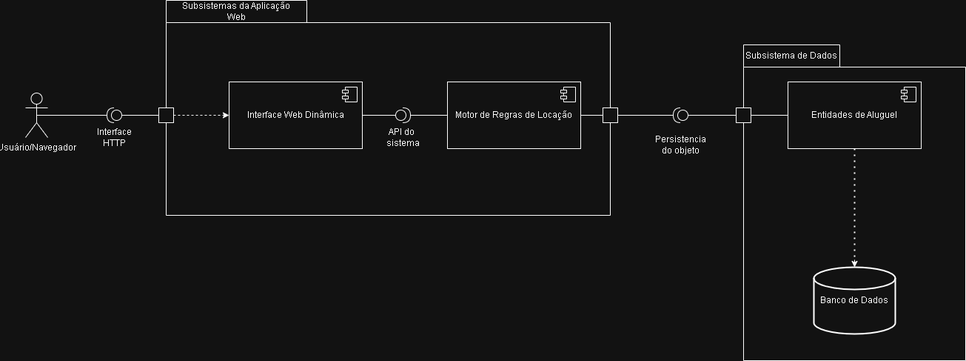
This is Documentos/Imagens/diagrama-de-componentes.png from Mateus7799/Lab-02-Sistema-de-Aluguel-de-Carros, a draw.io export, as it was before one commit. Source tidied: cells renumbered, new cells last; positions are measured from the earlier drawing's top-left corner, leaving out a move shared by most shapes. The source it was exported from:
```xml
<mxGraphModel>
  <root>
    <mxCell id="0" />
    <mxCell id="1" parent="0" />
    <mxCell id="2" style="shape=folder;fontStyle=1;spacingTop=10;tabWidth=190;tabHeight=30;tabPosition=left;html=1;whiteSpace=wrap;" parent="1" vertex="1">
      <mxGeometry x="190" width="600" height="290" as="geometry" />
    </mxCell>
    <mxCell id="3" style="shape=providedRequiredInterface;html=1;verticalLabelPosition=bottom;sketch=0;rotation=-180;" parent="1" vertex="1">
      <mxGeometry x="875" y="145" width="20" height="20" as="geometry" />
    </mxCell>
    <mxCell id="4" style="shape=folder;fontStyle=1;spacingTop=10;tabWidth=130;tabHeight=30;tabPosition=left;html=1;whiteSpace=wrap;" parent="1" vertex="1">
      <mxGeometry x="970" y="60" width="300" height="426" as="geometry" />
    </mxCell>
    <mxCell id="5" value="Interface Web Dinâmica" style="html=1;whiteSpace=wrap;" parent="1" vertex="1">
      <mxGeometry x="275" y="110" width="180" height="90" as="geometry" />
    </mxCell>
    <mxCell id="6" style="shape=module;jettyWidth=8;jettyHeight=4;" parent="5" vertex="1">
      <mxGeometry x="1" width="20" height="20" relative="1" as="geometry">
        <mxPoint x="-27" y="7" as="offset" />
      </mxGeometry>
    </mxCell>
    <mxCell id="7" value="Usuário/Navegador" style="shape=umlActor;verticalLabelPosition=bottom;verticalAlign=top;html=1;" parent="1" vertex="1">
      <mxGeometry y="125" width="30" height="60" as="geometry" />
    </mxCell>
    <mxCell id="8" value="Motor de Regras de Locação" style="html=1;whiteSpace=wrap;" parent="1" vertex="1">
      <mxGeometry x="570" y="110" width="180" height="90" as="geometry" />
    </mxCell>
    <mxCell id="9" style="shape=module;jettyWidth=8;jettyHeight=4;" parent="8" vertex="1">
      <mxGeometry x="1" width="20" height="20" relative="1" as="geometry">
        <mxPoint x="-27" y="7" as="offset" />
      </mxGeometry>
    </mxCell>
    <mxCell id="10" value="Banco de Dados" style="strokeWidth=2;html=1;shape=mxgraph.flowchart.database;whiteSpace=wrap;" parent="1" vertex="1">
      <mxGeometry x="1065" y="360" width="110" height="90" as="geometry" />
    </mxCell>
    <mxCell id="11" style="shape=providedRequiredInterface;html=1;verticalLabelPosition=bottom;sketch=0;rotation=-180;" parent="1" vertex="1">
      <mxGeometry x="110" y="145" width="20" height="20" as="geometry" />
    </mxCell>
    <mxCell id="12" style="shape=providedRequiredInterface;html=1;verticalLabelPosition=bottom;sketch=0;" parent="1" vertex="1">
      <mxGeometry x="500" y="145" width="20" height="20" as="geometry" />
    </mxCell>
    <mxCell id="13" style="endArrow=none;html=1;rounded=0;exitX=1;exitY=0.5;exitDx=0;exitDy=0;entryX=0;entryY=0.5;entryDx=0;entryDy=0;entryPerimeter=0;" parent="1" edge="1" source="5" target="12">
      <mxGeometry relative="1" as="geometry" />
    </mxCell>
    <mxCell id="14" style="endArrow=none;html=1;rounded=0;exitX=1;exitY=0.5;exitDx=0;exitDy=0;exitPerimeter=0;entryX=0;entryY=0.5;entryDx=0;entryDy=0;" parent="1" edge="1" source="12" target="8">
      <mxGeometry relative="1" as="geometry" />
    </mxCell>
    <mxCell id="15" value="API do&amp;nbsp;&lt;div&gt;sistema&lt;/div&gt;" style="text;html=1;whiteSpace=wrap;strokeColor=none;fillColor=none;align=center;verticalAlign=middle;rounded=0;" parent="1" vertex="1">
      <mxGeometry x="480" y="170" width="60" height="30" as="geometry" />
    </mxCell>
    <mxCell id="16" value="Entidades de Aluguel" style="html=1;whiteSpace=wrap;" parent="1" vertex="1">
      <mxGeometry x="1030" y="110" width="180" height="90" as="geometry" />
    </mxCell>
    <mxCell id="17" style="shape=module;jettyWidth=8;jettyHeight=4;" parent="16" vertex="1">
      <mxGeometry x="1" width="20" height="20" relative="1" as="geometry">
        <mxPoint x="-27" y="7" as="offset" />
      </mxGeometry>
    </mxCell>
    <mxCell id="18" style="endArrow=none;dashed=1;html=1;dashPattern=1 3;strokeWidth=2;rounded=0;exitX=0.5;exitY=1;exitDx=0;exitDy=0;" parent="1" edge="1" source="16">
      <mxGeometry relative="1" as="geometry">
        <mxPoint x="1120" y="350" as="targetPoint" />
      </mxGeometry>
    </mxCell>
    <mxCell id="19" style="endArrow=classic;html=1;rounded=0;entryX=0.5;entryY=0;entryDx=0;entryDy=0;entryPerimeter=0;" parent="1" edge="1" target="10">
      <mxGeometry relative="1" as="geometry">
        <mxPoint x="1120" y="350" as="sourcePoint" />
      </mxGeometry>
    </mxCell>
    <mxCell id="20" style="endArrow=none;html=1;rounded=0;exitX=1;exitY=0.5;exitDx=0;exitDy=0;exitPerimeter=0;entryX=0.5;entryY=0.5;entryDx=0;entryDy=0;entryPerimeter=0;" parent="1" edge="1" source="11" target="7">
      <mxGeometry relative="1" as="geometry" />
    </mxCell>
    <mxCell id="21" value="Interface&lt;div&gt;HTTP&lt;/div&gt;" style="text;html=1;whiteSpace=wrap;strokeColor=none;fillColor=none;align=center;verticalAlign=middle;rounded=0;" parent="1" vertex="1">
      <mxGeometry x="90" y="170" width="60" height="30" as="geometry" />
    </mxCell>
    <mxCell id="22" value="Persistencia do objeto" style="text;html=1;whiteSpace=wrap;strokeColor=none;fillColor=none;align=center;verticalAlign=middle;rounded=0;" parent="1" vertex="1">
      <mxGeometry x="855" y="180" width="60" height="30" as="geometry" />
    </mxCell>
    <mxCell id="23" value="Subsistemas da Aplicação Web" style="text;html=1;whiteSpace=wrap;strokeColor=none;fillColor=none;align=center;verticalAlign=middle;rounded=0;" parent="1" vertex="1">
      <mxGeometry x="200" width="170" height="30" as="geometry" />
    </mxCell>
    <mxCell id="24" value="Subsistema de Dados" style="text;html=1;whiteSpace=wrap;strokeColor=none;fillColor=none;align=center;verticalAlign=middle;rounded=0;" parent="1" vertex="1">
      <mxGeometry x="970" y="60" width="130" height="30" as="geometry" />
    </mxCell>
    <mxCell id="25" style="endArrow=none;html=1;rounded=0;exitX=1;exitY=0.5;exitDx=0;exitDy=0;entryX=0;entryY=0.5;entryDx=0;entryDy=0;" parent="1" edge="1" source="8" target="30">
      <mxGeometry relative="1" as="geometry" />
    </mxCell>
    <mxCell id="26" style="endArrow=none;html=1;rounded=0;exitX=1;exitY=0.5;exitDx=0;exitDy=0;entryX=1;entryY=0.5;entryDx=0;entryDy=0;entryPerimeter=0;" parent="1" edge="1" source="30" target="3">
      <mxGeometry relative="1" as="geometry" />
    </mxCell>
    <mxCell id="27" style="html=1;rounded=0;" parent="1" vertex="1">
      <mxGeometry x="960" y="145" width="20" height="20" as="geometry" />
    </mxCell>
    <mxCell id="28" style="endArrow=none;html=1;rounded=0;entryX=0;entryY=0.5;entryDx=0;entryDy=0;exitX=0;exitY=0.5;exitDx=0;exitDy=0;exitPerimeter=0;" parent="1" edge="1" source="3" target="27">
      <mxGeometry relative="1" as="geometry" />
    </mxCell>
    <mxCell id="29" style="endArrow=none;html=1;rounded=0;entryX=1;entryY=0.5;entryDx=0;entryDy=0;exitX=0;exitY=0.5;exitDx=0;exitDy=0;" parent="1" edge="1" source="16" target="27">
      <mxGeometry relative="1" as="geometry" />
    </mxCell>
    <mxCell id="30" style="html=1;rounded=0;" parent="1" vertex="1">
      <mxGeometry x="780" y="145" width="20" height="20" as="geometry" />
    </mxCell>
    <mxCell id="31" style="html=1;rounded=0;" parent="1" vertex="1">
      <mxGeometry x="180" y="145" width="20" height="20" as="geometry" />
    </mxCell>
    <mxCell id="32" style="endArrow=none;html=1;rounded=0;exitX=0;exitY=0.5;exitDx=0;exitDy=0;exitPerimeter=0;entryX=0;entryY=0.5;entryDx=0;entryDy=0;" parent="1" edge="1" source="11" target="31">
      <mxGeometry relative="1" as="geometry" />
    </mxCell>
    <mxCell id="33" style="endArrow=none;dashed=1;html=1;rounded=0;exitX=1;exitY=0.5;exitDx=0;exitDy=0;" parent="1" edge="1" source="31">
      <mxGeometry relative="1" as="geometry">
        <mxPoint x="270" y="155" as="targetPoint" />
      </mxGeometry>
    </mxCell>
    <mxCell id="34" style="endArrow=classic;html=1;rounded=0;entryX=0;entryY=0.5;entryDx=0;entryDy=0;" parent="1" edge="1" target="5">
      <mxGeometry relative="1" as="geometry">
        <mxPoint x="270" y="155" as="sourcePoint" />
      </mxGeometry>
    </mxCell>
  </root>
</mxGraphModel>
```
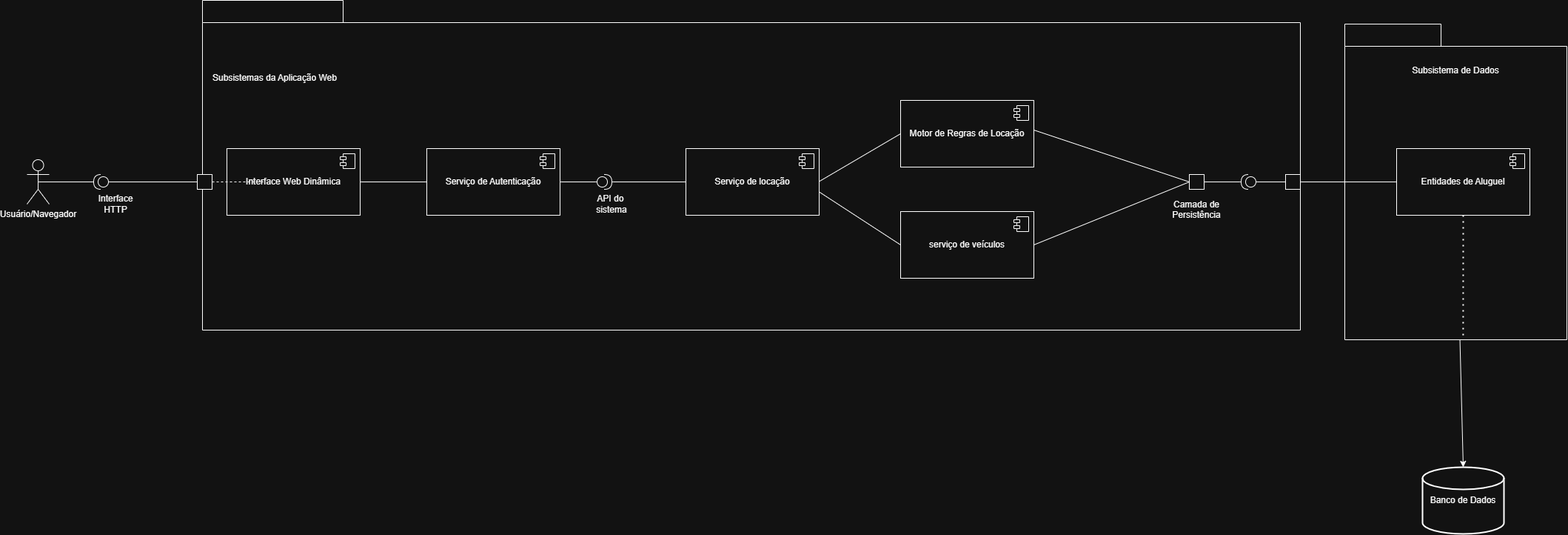
The same diagram one commit later.

Commit message:
Atualizando diagrama de componentes

Diff of the diagram source:
```diff
@@ -3,16 +3,16 @@
     <mxCell id="0" />
     <mxCell id="1" parent="0" />
     <mxCell id="2" style="shape=folder;fontStyle=1;spacingTop=10;tabWidth=190;tabHeight=30;tabPosition=left;html=1;whiteSpace=wrap;" parent="1" vertex="1">
-      <mxGeometry x="190" width="600" height="290" as="geometry" />
+      <mxGeometry x="187" y="-90" width="1483" height="445" as="geometry" />
     </mxCell>
     <mxCell id="3" style="shape=providedRequiredInterface;html=1;verticalLabelPosition=bottom;sketch=0;rotation=-180;" parent="1" vertex="1">
-      <mxGeometry x="875" y="145" width="20" height="20" as="geometry" />
+      <mxGeometry x="1590" y="145" width="20" height="20" as="geometry" />
     </mxCell>
     <mxCell id="4" style="shape=folder;fontStyle=1;spacingTop=10;tabWidth=130;tabHeight=30;tabPosition=left;html=1;whiteSpace=wrap;" parent="1" vertex="1">
-      <mxGeometry x="970" y="60" width="300" height="426" as="geometry" />
+      <mxGeometry x="1730" y="-58" width="300" height="426" as="geometry" />
     </mxCell>
     <mxCell id="5" value="Interface Web Dinâmica" style="html=1;whiteSpace=wrap;" parent="1" vertex="1">
-      <mxGeometry x="275" y="110" width="180" height="90" as="geometry" />
+      <mxGeometry x="220" y="110" width="180" height="90" as="geometry" />
     </mxCell>
     <mxCell id="6" style="shape=module;jettyWidth=8;jettyHeight=4;" parent="5" vertex="1">
       <mxGeometry x="1" width="20" height="20" relative="1" as="geometry">
@@ -20,10 +20,10 @@
       </mxGeometry>
     </mxCell>
     <mxCell id="7" value="Usuário/Navegador" style="shape=umlActor;verticalLabelPosition=bottom;verticalAlign=top;html=1;" parent="1" vertex="1">
-      <mxGeometry y="125" width="30" height="60" as="geometry" />
+      <mxGeometry x="-50" y="125" width="30" height="60" as="geometry" />
     </mxCell>
     <mxCell id="8" value="Motor de Regras de Locação" style="html=1;whiteSpace=wrap;" parent="1" vertex="1">
-      <mxGeometry x="570" y="110" width="180" height="90" as="geometry" />
+      <mxGeometry x="1130" y="45" width="180" height="90" as="geometry" />
     </mxCell>
     <mxCell id="9" style="shape=module;jettyWidth=8;jettyHeight=4;" parent="8" vertex="1">
       <mxGeometry x="1" width="20" height="20" relative="1" as="geometry">
@@ -31,64 +31,54 @@
       </mxGeometry>
     </mxCell>
     <mxCell id="10" value="Banco de Dados" style="strokeWidth=2;html=1;shape=mxgraph.flowchart.database;whiteSpace=wrap;" parent="1" vertex="1">
-      <mxGeometry x="1065" y="360" width="110" height="90" as="geometry" />
+      <mxGeometry x="1835" y="540" width="110" height="90" as="geometry" />
     </mxCell>
     <mxCell id="11" style="shape=providedRequiredInterface;html=1;verticalLabelPosition=bottom;sketch=0;rotation=-180;" parent="1" vertex="1">
-      <mxGeometry x="110" y="145" width="20" height="20" as="geometry" />
+      <mxGeometry x="40" y="145" width="20" height="20" as="geometry" />
     </mxCell>
     <mxCell id="12" style="shape=providedRequiredInterface;html=1;verticalLabelPosition=bottom;sketch=0;" parent="1" vertex="1">
-      <mxGeometry x="500" y="145" width="20" height="20" as="geometry" />
+      <mxGeometry x="720" y="145" width="20" height="20" as="geometry" />
     </mxCell>
-    <mxCell id="13" style="endArrow=none;html=1;rounded=0;exitX=1;exitY=0.5;exitDx=0;exitDy=0;entryX=0;entryY=0.5;entryDx=0;entryDy=0;entryPerimeter=0;" parent="1" edge="1" source="5" target="12">
+    <mxCell id="13" style="endArrow=none;html=1;rounded=0;exitX=0;exitY=0.5;exitDx=0;exitDy=0;entryX=1;entryY=0.5;entryDx=0;entryDy=0;" parent="1" edge="1" source="35" target="5">
       <mxGeometry relative="1" as="geometry" />
     </mxCell>
-    <mxCell id="14" style="endArrow=none;html=1;rounded=0;exitX=1;exitY=0.5;exitDx=0;exitDy=0;exitPerimeter=0;entryX=0;entryY=0.5;entryDx=0;entryDy=0;" parent="1" edge="1" source="12" target="8">
-      <mxGeometry relative="1" as="geometry" />
-    </mxCell>
     <mxCell id="15" value="API do&amp;nbsp;&lt;div&gt;sistema&lt;/div&gt;" style="text;html=1;whiteSpace=wrap;strokeColor=none;fillColor=none;align=center;verticalAlign=middle;rounded=0;" parent="1" vertex="1">
-      <mxGeometry x="480" y="170" width="60" height="30" as="geometry" />
+      <mxGeometry x="710" y="165" width="60" height="40" as="geometry" />
     </mxCell>
     <mxCell id="16" value="Entidades de Aluguel" style="html=1;whiteSpace=wrap;" parent="1" vertex="1">
-      <mxGeometry x="1030" y="110" width="180" height="90" as="geometry" />
+      <mxGeometry x="1800" y="110" width="180" height="90" as="geometry" />
     </mxCell>
     <mxCell id="17" style="shape=module;jettyWidth=8;jettyHeight=4;" parent="16" vertex="1">
       <mxGeometry x="1" width="20" height="20" relative="1" as="geometry">
         <mxPoint x="-27" y="7" as="offset" />
       </mxGeometry>
     </mxCell>
-    <mxCell id="18" style="endArrow=none;dashed=1;html=1;dashPattern=1 3;strokeWidth=2;rounded=0;exitX=0.5;exitY=1;exitDx=0;exitDy=0;" parent="1" edge="1" source="16">
-      <mxGeometry relative="1" as="geometry">
-        <mxPoint x="1120" y="350" as="targetPoint" />
-      </mxGeometry>
+    <mxCell id="18" style="endArrow=none;dashed=1;html=1;dashPattern=1 3;strokeWidth=2;rounded=0;exitX=0.5;exitY=1;exitDx=0;exitDy=0;entryX=0.533;entryY=0.986;entryDx=0;entryDy=0;entryPerimeter=0;" parent="1" edge="1" source="16" target="4">
+      <mxGeometry relative="1" as="geometry" />
     </mxCell>
-    <mxCell id="19" style="endArrow=classic;html=1;rounded=0;entryX=0.5;entryY=0;entryDx=0;entryDy=0;entryPerimeter=0;" parent="1" edge="1" target="10">
-      <mxGeometry relative="1" as="geometry">
-        <mxPoint x="1120" y="350" as="sourcePoint" />
-      </mxGeometry>
+    <mxCell id="19" style="endArrow=classic;html=1;rounded=0;entryX=0.5;entryY=0;entryDx=0;entryDy=0;entryPerimeter=0;" parent="1" edge="1" source="4" target="10">
+      <mxGeometry relative="1" as="geometry" />
     </mxCell>
     <mxCell id="20" style="endArrow=none;html=1;rounded=0;exitX=1;exitY=0.5;exitDx=0;exitDy=0;exitPerimeter=0;entryX=0.5;entryY=0.5;entryDx=0;entryDy=0;entryPerimeter=0;" parent="1" edge="1" source="11" target="7">
       <mxGeometry relative="1" as="geometry" />
     </mxCell>
     <mxCell id="21" value="Interface&lt;div&gt;HTTP&lt;/div&gt;" style="text;html=1;whiteSpace=wrap;strokeColor=none;fillColor=none;align=center;verticalAlign=middle;rounded=0;" parent="1" vertex="1">
-      <mxGeometry x="90" y="170" width="60" height="30" as="geometry" />
+      <mxGeometry x="40" y="170" width="60" height="30" as="geometry" />
     </mxCell>
-    <mxCell id="22" value="Persistencia do objeto" style="text;html=1;whiteSpace=wrap;strokeColor=none;fillColor=none;align=center;verticalAlign=middle;rounded=0;" parent="1" vertex="1">
-      <mxGeometry x="855" y="180" width="60" height="30" as="geometry" />
+    <mxCell id="22" value="Camada de Persistência&lt;div&gt;&lt;br&gt;&lt;/div&gt;" style="text;html=1;whiteSpace=wrap;strokeColor=none;fillColor=none;align=center;verticalAlign=middle;rounded=0;" parent="1" vertex="1">
+      <mxGeometry x="1500" y="185" width="60" height="30" as="geometry" />
     </mxCell>
     <mxCell id="23" value="Subsistemas da Aplicação Web" style="text;html=1;whiteSpace=wrap;strokeColor=none;fillColor=none;align=center;verticalAlign=middle;rounded=0;" parent="1" vertex="1">
       <mxGeometry x="200" width="170" height="30" as="geometry" />
     </mxCell>
     <mxCell id="24" value="Subsistema de Dados" style="text;html=1;whiteSpace=wrap;strokeColor=none;fillColor=none;align=center;verticalAlign=middle;rounded=0;" parent="1" vertex="1">
-      <mxGeometry x="970" y="60" width="130" height="30" as="geometry" />
+      <mxGeometry x="1815" y="-10" width="130" height="30" as="geometry" />
     </mxCell>
-    <mxCell id="25" style="endArrow=none;html=1;rounded=0;exitX=1;exitY=0.5;exitDx=0;exitDy=0;entryX=0;entryY=0.5;entryDx=0;entryDy=0;" parent="1" edge="1" source="8" target="30">
-      <mxGeometry relative="1" as="geometry" />
-    </mxCell>
     <mxCell id="26" style="endArrow=none;html=1;rounded=0;exitX=1;exitY=0.5;exitDx=0;exitDy=0;entryX=1;entryY=0.5;entryDx=0;entryDy=0;entryPerimeter=0;" parent="1" edge="1" source="30" target="3">
       <mxGeometry relative="1" as="geometry" />
     </mxCell>
     <mxCell id="27" style="html=1;rounded=0;" parent="1" vertex="1">
-      <mxGeometry x="960" y="145" width="20" height="20" as="geometry" />
+      <mxGeometry x="1650" y="145" width="20" height="20" as="geometry" />
     </mxCell>
     <mxCell id="28" style="endArrow=none;html=1;rounded=0;entryX=0;entryY=0.5;entryDx=0;entryDy=0;exitX=0;exitY=0.5;exitDx=0;exitDy=0;exitPerimeter=0;" parent="1" edge="1" source="3" target="27">
       <mxGeometry relative="1" as="geometry" />
@@ -97,7 +87,7 @@
       <mxGeometry relative="1" as="geometry" />
     </mxCell>
     <mxCell id="30" style="html=1;rounded=0;" parent="1" vertex="1">
-      <mxGeometry x="780" y="145" width="20" height="20" as="geometry" />
+      <mxGeometry x="1520" y="145" width="20" height="20" as="geometry" />
     </mxCell>
     <mxCell id="31" style="html=1;rounded=0;" parent="1" vertex="1">
       <mxGeometry x="180" y="145" width="20" height="20" as="geometry" />
@@ -110,10 +100,59 @@
         <mxPoint x="270" y="155" as="targetPoint" />
       </mxGeometry>
     </mxCell>
-    <mxCell id="34" style="endArrow=classic;html=1;rounded=0;entryX=0;entryY=0.5;entryDx=0;entryDy=0;" parent="1" edge="1" target="5">
+    <mxCell id="34" style="endArrow=classic;html=1;rounded=0;" parent="1" edge="1">
       <mxGeometry relative="1" as="geometry">
         <mxPoint x="270" y="155" as="sourcePoint" />
+        <mxPoint x="270" y="155" as="targetPoint" />
       </mxGeometry>
     </mxCell>
+    <mxCell id="35" value="Serviço de Autenticação" style="html=1;whiteSpace=wrap;" parent="1" vertex="1">
+      <mxGeometry x="490" y="110" width="180" height="90" as="geometry" />
+    </mxCell>
+    <mxCell id="36" style="shape=module;jettyWidth=8;jettyHeight=4;" parent="35" vertex="1">
+      <mxGeometry x="1" width="20" height="20" relative="1" as="geometry">
+        <mxPoint x="-27" y="7" as="offset" />
+      </mxGeometry>
+    </mxCell>
+    <mxCell id="37" value="serviço de veículos" style="html=1;whiteSpace=wrap;" parent="1" vertex="1">
+      <mxGeometry x="1130" y="195" width="180" height="90" as="geometry" />
+    </mxCell>
+    <mxCell id="38" style="shape=module;jettyWidth=8;jettyHeight=4;" parent="37" vertex="1">
+      <mxGeometry x="1" width="20" height="20" relative="1" as="geometry">
+        <mxPoint x="-27" y="7" as="offset" />
+      </mxGeometry>
+    </mxCell>
+    <mxCell id="39" value="Serviço de locação" style="html=1;whiteSpace=wrap;" parent="1" vertex="1">
+      <mxGeometry x="840" y="110" width="180" height="90" as="geometry" />
+    </mxCell>
+    <mxCell id="40" style="shape=module;jettyWidth=8;jettyHeight=4;" parent="39" vertex="1">
+      <mxGeometry x="1" width="20" height="20" relative="1" as="geometry">
+        <mxPoint x="-27" y="7" as="offset" />
+      </mxGeometry>
+    </mxCell>
+    <mxCell id="41" style="endArrow=none;html=1;rounded=0;exitX=1;exitY=0.5;exitDx=0;exitDy=0;" parent="1" edge="1" source="35" target="12">
+      <mxGeometry relative="1" as="geometry" />
+    </mxCell>
+    <mxCell id="42" style="endArrow=none;html=1;rounded=0;entryX=0;entryY=0.5;entryDx=0;entryDy=0;exitX=1;exitY=0.5;exitDx=0;exitDy=0;exitPerimeter=0;" parent="1" edge="1" source="12" target="39">
+      <mxGeometry relative="1" as="geometry" />
+    </mxCell>
+    <mxCell id="43" style="endArrow=none;html=1;rounded=0;exitX=0;exitY=0.5;exitDx=0;exitDy=0;entryX=0.998;entryY=0.647;entryDx=0;entryDy=0;entryPerimeter=0;" parent="1" edge="1" target="39">
+      <mxGeometry relative="1" as="geometry">
+        <mxPoint x="1130" y="240" as="sourcePoint" />
+      </mxGeometry>
+    </mxCell>
+    <mxCell id="44" style="endArrow=none;html=1;rounded=0;exitX=0;exitY=0.5;exitDx=0;exitDy=0;entryX=1;entryY=0.5;entryDx=0;entryDy=0;" parent="1" edge="1" source="8">
+      <mxGeometry relative="1" as="geometry">
+        <mxPoint x="1020" y="154.4" as="targetPoint" />
+      </mxGeometry>
+    </mxCell>
+    <mxCell id="45" style="endArrow=none;html=1;rounded=0;entryX=1;entryY=0.5;entryDx=0;entryDy=0;exitX=0;exitY=0.5;exitDx=0;exitDy=0;" parent="1" edge="1" source="30" target="37">
+      <mxGeometry relative="1" as="geometry" />
+    </mxCell>
+    <mxCell id="46" style="endArrow=none;html=1;rounded=0;entryX=1;entryY=0.5;entryDx=0;entryDy=0;exitX=0;exitY=0.5;exitDx=0;exitDy=0;" parent="1" edge="1" source="30">
+      <mxGeometry relative="1" as="geometry">
+        <mxPoint x="1310" y="85" as="targetPoint" />
+      </mxGeometry>
+    </mxCell>
   </root>
 </mxGraphModel>
```
